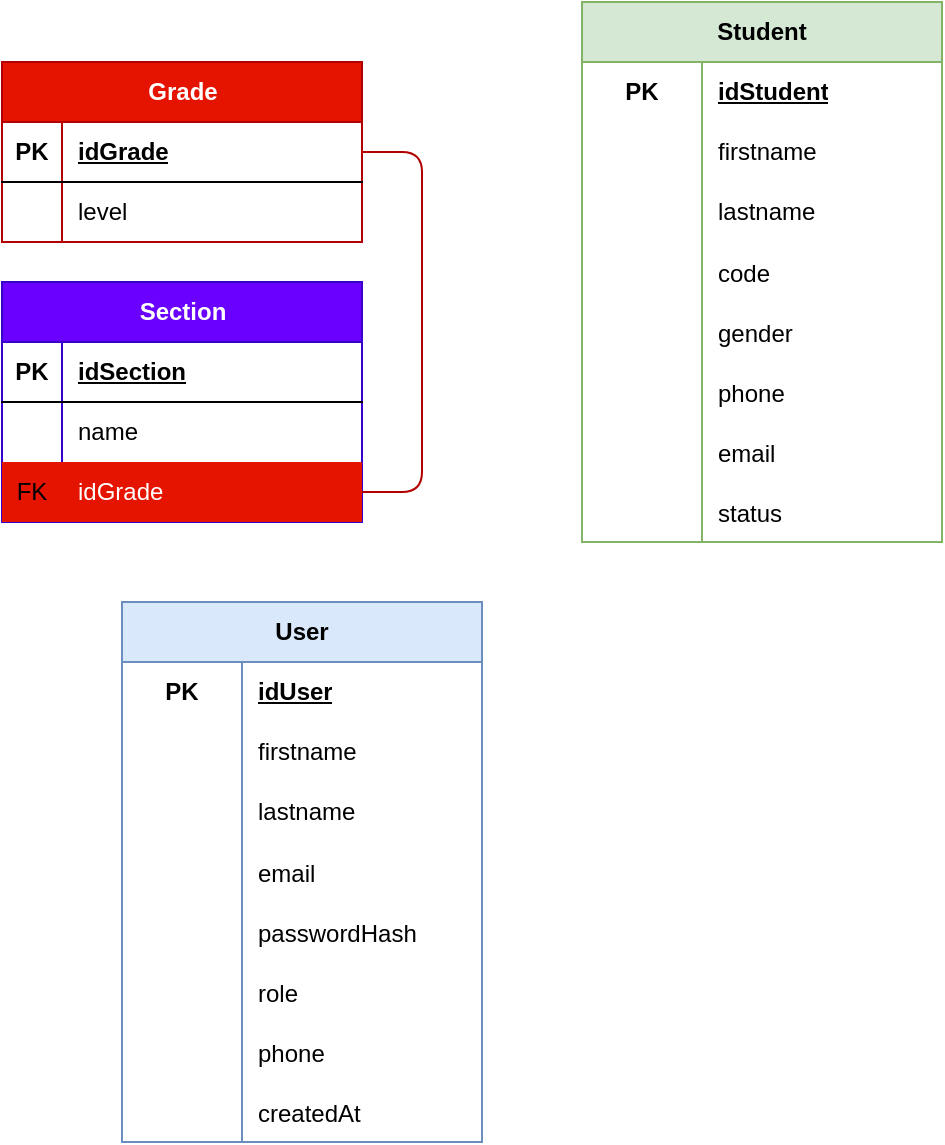
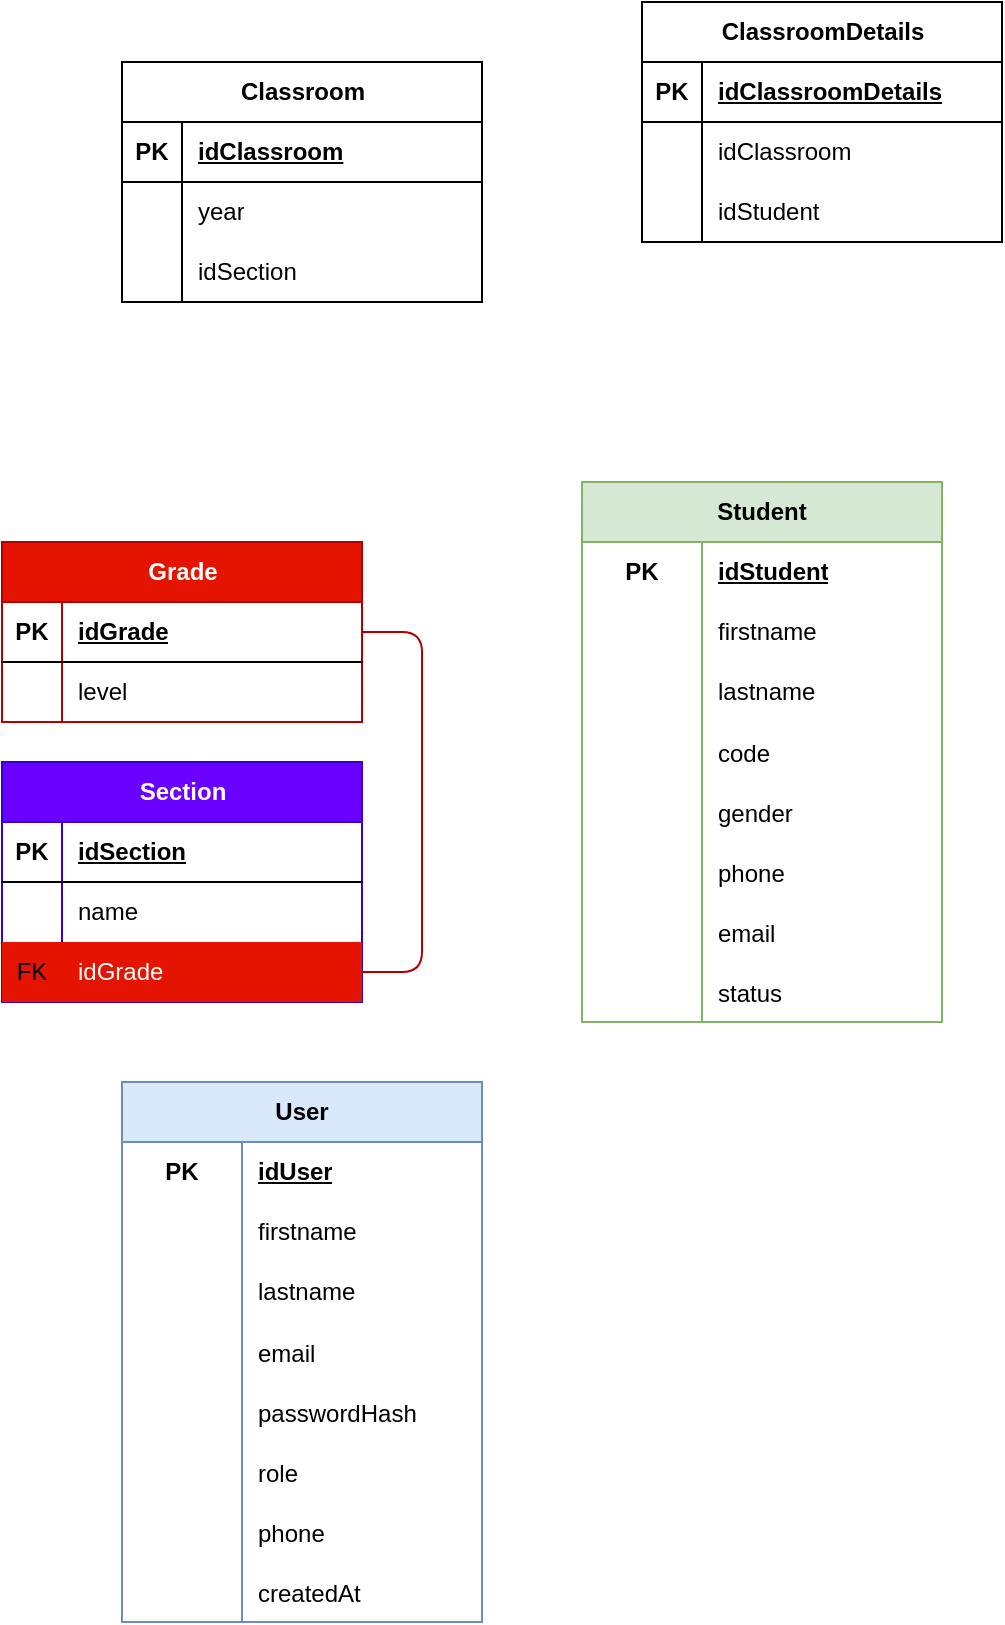
<mxfile host="65bd71144e">
    <diagram id="Q-HsFVU5apfVmzlziGbx" name="Página-1">
-         <mxGraphModel dx="1348" dy="907" grid="1" gridSize="10" guides="1" tooltips="1" connect="1" arrows="1" fold="1" page="1" pageScale="1" pageWidth="827" pageHeight="1169" math="0" shadow="0">
+         <mxGraphModel dx="937" dy="1681" grid="1" gridSize="10" guides="1" tooltips="1" connect="1" arrows="1" fold="1" page="1" pageScale="1" pageWidth="827" pageHeight="1169" math="0" shadow="0">
            <root>
                <mxCell id="0"/>
                <mxCell id="1" parent="0"/>
                <mxCell id="4" value="User" style="shape=table;startSize=30;container=1;collapsible=1;childLayout=tableLayout;fixedRows=1;rowLines=0;fontStyle=1;align=center;resizeLast=1;html=1;whiteSpace=wrap;fillColor=#dae8fc;strokeColor=#6c8ebf;" parent="1" vertex="1">
                    <mxGeometry x="70" y="480" width="180" height="270" as="geometry"/>
                </mxCell>
                <mxCell id="5" value="" style="shape=tableRow;horizontal=0;startSize=0;swimlaneHead=0;swimlaneBody=0;fillColor=none;collapsible=0;dropTarget=0;points=[[0,0.5],[1,0.5]];portConstraint=eastwest;top=0;left=0;right=0;bottom=0;html=1;" parent="4" vertex="1">
                    <mxGeometry y="30" width="180" height="30" as="geometry"/>
                </mxCell>
                <mxCell id="6" value="PK" style="shape=partialRectangle;connectable=0;fillColor=none;top=0;left=0;bottom=0;right=0;fontStyle=1;overflow=hidden;html=1;whiteSpace=wrap;" parent="5" vertex="1">
                    <mxGeometry width="60" height="30" as="geometry">
                        <mxRectangle width="60" height="30" as="alternateBounds"/>
                    </mxGeometry>
                </mxCell>
                <mxCell id="7" value="idUser" style="shape=partialRectangle;connectable=0;fillColor=none;top=0;left=0;bottom=0;right=0;align=left;spacingLeft=6;fontStyle=5;overflow=hidden;html=1;whiteSpace=wrap;" parent="5" vertex="1">
                    <mxGeometry x="60" width="120" height="30" as="geometry">
                        <mxRectangle width="120" height="30" as="alternateBounds"/>
                    </mxGeometry>
                </mxCell>
                <mxCell id="11" value="" style="shape=tableRow;horizontal=0;startSize=0;swimlaneHead=0;swimlaneBody=0;fillColor=none;collapsible=0;dropTarget=0;points=[[0,0.5],[1,0.5]];portConstraint=eastwest;top=0;left=0;right=0;bottom=0;html=1;" parent="4" vertex="1">
                    <mxGeometry y="60" width="180" height="30" as="geometry"/>
                </mxCell>
                <mxCell id="12" value="" style="shape=partialRectangle;connectable=0;fillColor=none;top=0;left=0;bottom=0;right=0;editable=1;overflow=hidden;html=1;whiteSpace=wrap;" parent="11" vertex="1">
                    <mxGeometry width="60" height="30" as="geometry">
                        <mxRectangle width="60" height="30" as="alternateBounds"/>
                    </mxGeometry>
                </mxCell>
                <mxCell id="13" value="firstname" style="shape=partialRectangle;connectable=0;fillColor=none;top=0;left=0;bottom=0;right=0;align=left;spacingLeft=6;overflow=hidden;html=1;whiteSpace=wrap;" parent="11" vertex="1">
                    <mxGeometry x="60" width="120" height="30" as="geometry">
                        <mxRectangle width="120" height="30" as="alternateBounds"/>
                    </mxGeometry>
                </mxCell>
                <mxCell id="14" value="" style="shape=tableRow;horizontal=0;startSize=0;swimlaneHead=0;swimlaneBody=0;fillColor=none;collapsible=0;dropTarget=0;points=[[0,0.5],[1,0.5]];portConstraint=eastwest;top=0;left=0;right=0;bottom=0;html=1;" parent="4" vertex="1">
                    <mxGeometry y="90" width="180" height="30" as="geometry"/>
                </mxCell>
                <mxCell id="15" value="" style="shape=partialRectangle;connectable=0;fillColor=none;top=0;left=0;bottom=0;right=0;editable=1;overflow=hidden;html=1;whiteSpace=wrap;" parent="14" vertex="1">
                    <mxGeometry width="60" height="30" as="geometry">
                        <mxRectangle width="60" height="30" as="alternateBounds"/>
                    </mxGeometry>
                </mxCell>
                <mxCell id="16" value="lastname" style="shape=partialRectangle;connectable=0;fillColor=none;top=0;left=0;bottom=0;right=0;align=left;spacingLeft=6;overflow=hidden;html=1;whiteSpace=wrap;" parent="14" vertex="1">
                    <mxGeometry x="60" width="120" height="30" as="geometry">
                        <mxRectangle width="120" height="30" as="alternateBounds"/>
                    </mxGeometry>
                </mxCell>
                <mxCell id="76" value="" style="shape=tableRow;horizontal=0;startSize=0;swimlaneHead=0;swimlaneBody=0;fillColor=none;collapsible=0;dropTarget=0;points=[[0,0.5],[1,0.5]];portConstraint=eastwest;top=0;left=0;right=0;bottom=0;" parent="4" vertex="1">
                    <mxGeometry y="120" width="180" height="30" as="geometry"/>
                </mxCell>
                <mxCell id="77" value="" style="shape=partialRectangle;connectable=0;fillColor=none;top=0;left=0;bottom=0;right=0;editable=1;overflow=hidden;" parent="76" vertex="1">
                    <mxGeometry width="60" height="30" as="geometry">
                        <mxRectangle width="60" height="30" as="alternateBounds"/>
                    </mxGeometry>
                </mxCell>
                <mxCell id="78" value="email" style="shape=partialRectangle;connectable=0;fillColor=none;top=0;left=0;bottom=0;right=0;align=left;spacingLeft=6;overflow=hidden;" parent="76" vertex="1">
                    <mxGeometry x="60" width="120" height="30" as="geometry">
                        <mxRectangle width="120" height="30" as="alternateBounds"/>
                    </mxGeometry>
                </mxCell>
                <mxCell id="79" value="" style="shape=tableRow;horizontal=0;startSize=0;swimlaneHead=0;swimlaneBody=0;fillColor=none;collapsible=0;dropTarget=0;points=[[0,0.5],[1,0.5]];portConstraint=eastwest;top=0;left=0;right=0;bottom=0;" parent="4" vertex="1">
                    <mxGeometry y="150" width="180" height="30" as="geometry"/>
                </mxCell>
                <mxCell id="80" value="" style="shape=partialRectangle;connectable=0;fillColor=none;top=0;left=0;bottom=0;right=0;editable=1;overflow=hidden;" parent="79" vertex="1">
                    <mxGeometry width="60" height="30" as="geometry">
                        <mxRectangle width="60" height="30" as="alternateBounds"/>
                    </mxGeometry>
                </mxCell>
                <mxCell id="81" value="passwordHash" style="shape=partialRectangle;connectable=0;fillColor=none;top=0;left=0;bottom=0;right=0;align=left;spacingLeft=6;overflow=hidden;" parent="79" vertex="1">
                    <mxGeometry x="60" width="120" height="30" as="geometry">
                        <mxRectangle width="120" height="30" as="alternateBounds"/>
                    </mxGeometry>
                </mxCell>
                <mxCell id="82" value="" style="shape=tableRow;horizontal=0;startSize=0;swimlaneHead=0;swimlaneBody=0;fillColor=none;collapsible=0;dropTarget=0;points=[[0,0.5],[1,0.5]];portConstraint=eastwest;top=0;left=0;right=0;bottom=0;" parent="4" vertex="1">
                    <mxGeometry y="180" width="180" height="30" as="geometry"/>
                </mxCell>
                <mxCell id="83" value="" style="shape=partialRectangle;connectable=0;fillColor=none;top=0;left=0;bottom=0;right=0;editable=1;overflow=hidden;" parent="82" vertex="1">
                    <mxGeometry width="60" height="30" as="geometry">
                        <mxRectangle width="60" height="30" as="alternateBounds"/>
                    </mxGeometry>
                </mxCell>
                <mxCell id="84" value="role" style="shape=partialRectangle;connectable=0;fillColor=none;top=0;left=0;bottom=0;right=0;align=left;spacingLeft=6;overflow=hidden;" parent="82" vertex="1">
                    <mxGeometry x="60" width="120" height="30" as="geometry">
                        <mxRectangle width="120" height="30" as="alternateBounds"/>
                    </mxGeometry>
                </mxCell>
                <mxCell id="249" value="" style="shape=tableRow;horizontal=0;startSize=0;swimlaneHead=0;swimlaneBody=0;fillColor=none;collapsible=0;dropTarget=0;points=[[0,0.5],[1,0.5]];portConstraint=eastwest;top=0;left=0;right=0;bottom=0;" parent="4" vertex="1">
                    <mxGeometry y="210" width="180" height="30" as="geometry"/>
                </mxCell>
                <mxCell id="250" value="" style="shape=partialRectangle;connectable=0;fillColor=none;top=0;left=0;bottom=0;right=0;editable=1;overflow=hidden;" parent="249" vertex="1">
                    <mxGeometry width="60" height="30" as="geometry">
                        <mxRectangle width="60" height="30" as="alternateBounds"/>
                    </mxGeometry>
                </mxCell>
                <mxCell id="251" value="phone" style="shape=partialRectangle;connectable=0;fillColor=none;top=0;left=0;bottom=0;right=0;align=left;spacingLeft=6;overflow=hidden;" parent="249" vertex="1">
                    <mxGeometry x="60" width="120" height="30" as="geometry">
                        <mxRectangle width="120" height="30" as="alternateBounds"/>
                    </mxGeometry>
                </mxCell>
                <mxCell id="85" value="" style="shape=tableRow;horizontal=0;startSize=0;swimlaneHead=0;swimlaneBody=0;fillColor=none;collapsible=0;dropTarget=0;points=[[0,0.5],[1,0.5]];portConstraint=eastwest;top=0;left=0;right=0;bottom=0;" parent="4" vertex="1">
                    <mxGeometry y="240" width="180" height="30" as="geometry"/>
                </mxCell>
                <mxCell id="86" value="" style="shape=partialRectangle;connectable=0;fillColor=none;top=0;left=0;bottom=0;right=0;editable=1;overflow=hidden;" parent="85" vertex="1">
                    <mxGeometry width="60" height="30" as="geometry">
                        <mxRectangle width="60" height="30" as="alternateBounds"/>
                    </mxGeometry>
                </mxCell>
                <mxCell id="87" value="createdAt" style="shape=partialRectangle;connectable=0;fillColor=none;top=0;left=0;bottom=0;right=0;align=left;spacingLeft=6;overflow=hidden;" parent="85" vertex="1">
                    <mxGeometry x="60" width="120" height="30" as="geometry">
                        <mxRectangle width="120" height="30" as="alternateBounds"/>
                    </mxGeometry>
                </mxCell>
                <mxCell id="17" value="Student" style="shape=table;startSize=30;container=1;collapsible=1;childLayout=tableLayout;fixedRows=1;rowLines=0;fontStyle=1;align=center;resizeLast=1;html=1;whiteSpace=wrap;fillColor=#d5e8d4;strokeColor=#82b366;" parent="1" vertex="1">
                    <mxGeometry x="300" y="180" width="180" height="270" as="geometry"/>
                </mxCell>
                <mxCell id="18" value="" style="shape=tableRow;horizontal=0;startSize=0;swimlaneHead=0;swimlaneBody=0;fillColor=none;collapsible=0;dropTarget=0;points=[[0,0.5],[1,0.5]];portConstraint=eastwest;top=0;left=0;right=0;bottom=0;html=1;" parent="17" vertex="1">
                    <mxGeometry y="30" width="180" height="30" as="geometry"/>
                </mxCell>
                <mxCell id="19" value="PK" style="shape=partialRectangle;connectable=0;fillColor=none;top=0;left=0;bottom=0;right=0;fontStyle=1;overflow=hidden;html=1;whiteSpace=wrap;" parent="18" vertex="1">
                    <mxGeometry width="60" height="30" as="geometry">
                        <mxRectangle width="60" height="30" as="alternateBounds"/>
                    </mxGeometry>
                </mxCell>
                <mxCell id="20" value="idStudent" style="shape=partialRectangle;connectable=0;fillColor=none;top=0;left=0;bottom=0;right=0;align=left;spacingLeft=6;fontStyle=5;overflow=hidden;html=1;whiteSpace=wrap;" parent="18" vertex="1">
                    <mxGeometry x="60" width="120" height="30" as="geometry">
                        <mxRectangle width="120" height="30" as="alternateBounds"/>
                    </mxGeometry>
                </mxCell>
                <mxCell id="21" value="" style="shape=tableRow;horizontal=0;startSize=0;swimlaneHead=0;swimlaneBody=0;fillColor=none;collapsible=0;dropTarget=0;points=[[0,0.5],[1,0.5]];portConstraint=eastwest;top=0;left=0;right=0;bottom=0;html=1;" parent="17" vertex="1">
                    <mxGeometry y="60" width="180" height="30" as="geometry"/>
                </mxCell>
                <mxCell id="22" value="" style="shape=partialRectangle;connectable=0;fillColor=none;top=0;left=0;bottom=0;right=0;editable=1;overflow=hidden;html=1;whiteSpace=wrap;" parent="21" vertex="1">
                    <mxGeometry width="60" height="30" as="geometry">
                        <mxRectangle width="60" height="30" as="alternateBounds"/>
                    </mxGeometry>
                </mxCell>
                <mxCell id="23" value="firstname" style="shape=partialRectangle;connectable=0;fillColor=none;top=0;left=0;bottom=0;right=0;align=left;spacingLeft=6;overflow=hidden;html=1;whiteSpace=wrap;" parent="21" vertex="1">
                    <mxGeometry x="60" width="120" height="30" as="geometry">
                        <mxRectangle width="120" height="30" as="alternateBounds"/>
                    </mxGeometry>
                </mxCell>
                <mxCell id="24" value="" style="shape=tableRow;horizontal=0;startSize=0;swimlaneHead=0;swimlaneBody=0;fillColor=none;collapsible=0;dropTarget=0;points=[[0,0.5],[1,0.5]];portConstraint=eastwest;top=0;left=0;right=0;bottom=0;html=1;" parent="17" vertex="1">
                    <mxGeometry y="90" width="180" height="30" as="geometry"/>
                </mxCell>
                <mxCell id="25" value="" style="shape=partialRectangle;connectable=0;fillColor=none;top=0;left=0;bottom=0;right=0;editable=1;overflow=hidden;html=1;whiteSpace=wrap;" parent="24" vertex="1">
                    <mxGeometry width="60" height="30" as="geometry">
                        <mxRectangle width="60" height="30" as="alternateBounds"/>
                    </mxGeometry>
                </mxCell>
                <mxCell id="26" value="lastname" style="shape=partialRectangle;connectable=0;fillColor=none;top=0;left=0;bottom=0;right=0;align=left;spacingLeft=6;overflow=hidden;html=1;whiteSpace=wrap;" parent="24" vertex="1">
                    <mxGeometry x="60" width="120" height="30" as="geometry">
                        <mxRectangle width="120" height="30" as="alternateBounds"/>
                    </mxGeometry>
                </mxCell>
                <mxCell id="91" value="" style="shape=tableRow;horizontal=0;startSize=0;swimlaneHead=0;swimlaneBody=0;fillColor=none;collapsible=0;dropTarget=0;points=[[0,0.5],[1,0.5]];portConstraint=eastwest;top=0;left=0;right=0;bottom=0;" parent="17" vertex="1">
                    <mxGeometry y="120" width="180" height="30" as="geometry"/>
                </mxCell>
                <mxCell id="92" value="" style="shape=partialRectangle;connectable=0;fillColor=none;top=0;left=0;bottom=0;right=0;editable=1;overflow=hidden;" parent="91" vertex="1">
                    <mxGeometry width="60" height="30" as="geometry">
                        <mxRectangle width="60" height="30" as="alternateBounds"/>
                    </mxGeometry>
                </mxCell>
                <mxCell id="93" value="code" style="shape=partialRectangle;connectable=0;fillColor=none;top=0;left=0;bottom=0;right=0;align=left;spacingLeft=6;overflow=hidden;" parent="91" vertex="1">
                    <mxGeometry x="60" width="120" height="30" as="geometry">
                        <mxRectangle width="120" height="30" as="alternateBounds"/>
                    </mxGeometry>
                </mxCell>
-                 <mxCell id="258" value="" style="shape=tableRow;horizontal=0;startSize=0;swimlaneHead=0;swimlaneBody=0;fillColor=none;collapsible=0;dropTarget=0;points=[[0,0.5],[1,0.5]];portConstraint=eastwest;top=0;left=0;right=0;bottom=0;" vertex="1" parent="17">
+                 <mxCell id="258" value="" style="shape=tableRow;horizontal=0;startSize=0;swimlaneHead=0;swimlaneBody=0;fillColor=none;collapsible=0;dropTarget=0;points=[[0,0.5],[1,0.5]];portConstraint=eastwest;top=0;left=0;right=0;bottom=0;" parent="17" vertex="1">
                    <mxGeometry y="150" width="180" height="30" as="geometry"/>
                </mxCell>
-                 <mxCell id="259" value="" style="shape=partialRectangle;connectable=0;fillColor=none;top=0;left=0;bottom=0;right=0;editable=1;overflow=hidden;" vertex="1" parent="258">
-                     <mxGeometry width="60" height="30" as="geometry">
-                         <mxRectangle width="60" height="30" as="alternateBounds"/>
-                     </mxGeometry>
-                 </mxCell>
-                 <mxCell id="260" value="gender" style="shape=partialRectangle;connectable=0;fillColor=none;top=0;left=0;bottom=0;right=0;align=left;spacingLeft=6;overflow=hidden;" vertex="1" parent="258">
+                 <mxCell id="259" value="" style="shape=partialRectangle;connectable=0;fillColor=none;top=0;left=0;bottom=0;right=0;editable=1;overflow=hidden;" parent="258" vertex="1">
+                     <mxGeometry width="60" height="30" as="geometry">
+                         <mxRectangle width="60" height="30" as="alternateBounds"/>
+                     </mxGeometry>
+                 </mxCell>
+                 <mxCell id="260" value="gender" style="shape=partialRectangle;connectable=0;fillColor=none;top=0;left=0;bottom=0;right=0;align=left;spacingLeft=6;overflow=hidden;" parent="258" vertex="1">
                    <mxGeometry x="60" width="120" height="30" as="geometry">
                        <mxRectangle width="120" height="30" as="alternateBounds"/>
                    </mxGeometry>
                </mxCell>
                <mxCell id="252" value="" style="shape=tableRow;horizontal=0;startSize=0;swimlaneHead=0;swimlaneBody=0;fillColor=none;collapsible=0;dropTarget=0;points=[[0,0.5],[1,0.5]];portConstraint=eastwest;top=0;left=0;right=0;bottom=0;" parent="17" vertex="1">
                    <mxGeometry y="180" width="180" height="30" as="geometry"/>
                </mxCell>
                <mxCell id="253" value="" style="shape=partialRectangle;connectable=0;fillColor=none;top=0;left=0;bottom=0;right=0;editable=1;overflow=hidden;" parent="252" vertex="1">
                    <mxGeometry width="60" height="30" as="geometry">
                        <mxRectangle width="60" height="30" as="alternateBounds"/>
                    </mxGeometry>
                </mxCell>
                <mxCell id="254" value="phone" style="shape=partialRectangle;connectable=0;fillColor=none;top=0;left=0;bottom=0;right=0;align=left;spacingLeft=6;overflow=hidden;" parent="252" vertex="1">
                    <mxGeometry x="60" width="120" height="30" as="geometry">
                        <mxRectangle width="120" height="30" as="alternateBounds"/>
                    </mxGeometry>
                </mxCell>
                <mxCell id="255" value="" style="shape=tableRow;horizontal=0;startSize=0;swimlaneHead=0;swimlaneBody=0;fillColor=none;collapsible=0;dropTarget=0;points=[[0,0.5],[1,0.5]];portConstraint=eastwest;top=0;left=0;right=0;bottom=0;" parent="17" vertex="1">
                    <mxGeometry y="210" width="180" height="30" as="geometry"/>
                </mxCell>
                <mxCell id="256" value="" style="shape=partialRectangle;connectable=0;fillColor=none;top=0;left=0;bottom=0;right=0;editable=1;overflow=hidden;" parent="255" vertex="1">
                    <mxGeometry width="60" height="30" as="geometry">
                        <mxRectangle width="60" height="30" as="alternateBounds"/>
                    </mxGeometry>
                </mxCell>
                <mxCell id="257" value="email" style="shape=partialRectangle;connectable=0;fillColor=none;top=0;left=0;bottom=0;right=0;align=left;spacingLeft=6;overflow=hidden;" parent="255" vertex="1">
                    <mxGeometry x="60" width="120" height="30" as="geometry">
                        <mxRectangle width="120" height="30" as="alternateBounds"/>
                    </mxGeometry>
                </mxCell>
                <mxCell id="88" value="" style="shape=tableRow;horizontal=0;startSize=0;swimlaneHead=0;swimlaneBody=0;fillColor=none;collapsible=0;dropTarget=0;points=[[0,0.5],[1,0.5]];portConstraint=eastwest;top=0;left=0;right=0;bottom=0;" parent="17" vertex="1">
                    <mxGeometry y="240" width="180" height="30" as="geometry"/>
                </mxCell>
                <mxCell id="89" value="" style="shape=partialRectangle;connectable=0;fillColor=none;top=0;left=0;bottom=0;right=0;editable=1;overflow=hidden;" parent="88" vertex="1">
                    <mxGeometry width="60" height="30" as="geometry">
                        <mxRectangle width="60" height="30" as="alternateBounds"/>
                    </mxGeometry>
                </mxCell>
                <mxCell id="90" value="status" style="shape=partialRectangle;connectable=0;fillColor=none;top=0;left=0;bottom=0;right=0;align=left;spacingLeft=6;overflow=hidden;" parent="88" vertex="1">
                    <mxGeometry x="60" width="120" height="30" as="geometry">
                        <mxRectangle width="120" height="30" as="alternateBounds"/>
                    </mxGeometry>
                </mxCell>
                <mxCell id="193" value="Grade" style="shape=table;startSize=30;container=1;collapsible=1;childLayout=tableLayout;fixedRows=1;rowLines=0;fontStyle=1;align=center;resizeLast=1;html=1;fillColor=#e51400;fontColor=#ffffff;strokeColor=#B20000;" parent="1" vertex="1">
                    <mxGeometry x="10" y="210" width="180" height="90" as="geometry"/>
                </mxCell>
                <mxCell id="194" value="" style="shape=tableRow;horizontal=0;startSize=0;swimlaneHead=0;swimlaneBody=0;fillColor=none;collapsible=0;dropTarget=0;points=[[0,0.5],[1,0.5]];portConstraint=eastwest;top=0;left=0;right=0;bottom=1;" parent="193" vertex="1">
                    <mxGeometry y="30" width="180" height="30" as="geometry"/>
                </mxCell>
                <mxCell id="195" value="PK" style="shape=partialRectangle;connectable=0;fillColor=none;top=0;left=0;bottom=0;right=0;fontStyle=1;overflow=hidden;whiteSpace=wrap;html=1;" parent="194" vertex="1">
                    <mxGeometry width="30" height="30" as="geometry">
                        <mxRectangle width="30" height="30" as="alternateBounds"/>
                    </mxGeometry>
                </mxCell>
                <mxCell id="196" value="idGrade" style="shape=partialRectangle;connectable=0;fillColor=none;top=0;left=0;bottom=0;right=0;align=left;spacingLeft=6;fontStyle=5;overflow=hidden;whiteSpace=wrap;html=1;" parent="194" vertex="1">
                    <mxGeometry x="30" width="150" height="30" as="geometry">
                        <mxRectangle width="150" height="30" as="alternateBounds"/>
                    </mxGeometry>
                </mxCell>
                <mxCell id="197" value="" style="shape=tableRow;horizontal=0;startSize=0;swimlaneHead=0;swimlaneBody=0;fillColor=none;collapsible=0;dropTarget=0;points=[[0,0.5],[1,0.5]];portConstraint=eastwest;top=0;left=0;right=0;bottom=0;" parent="193" vertex="1">
                    <mxGeometry y="60" width="180" height="30" as="geometry"/>
                </mxCell>
                <mxCell id="198" value="" style="shape=partialRectangle;connectable=0;fillColor=none;top=0;left=0;bottom=0;right=0;editable=1;overflow=hidden;whiteSpace=wrap;html=1;" parent="197" vertex="1">
                    <mxGeometry width="30" height="30" as="geometry">
                        <mxRectangle width="30" height="30" as="alternateBounds"/>
                    </mxGeometry>
                </mxCell>
                <mxCell id="199" value="level" style="shape=partialRectangle;connectable=0;fillColor=none;top=0;left=0;bottom=0;right=0;align=left;spacingLeft=6;overflow=hidden;whiteSpace=wrap;html=1;" parent="197" vertex="1">
                    <mxGeometry x="30" width="150" height="30" as="geometry">
                        <mxRectangle width="150" height="30" as="alternateBounds"/>
                    </mxGeometry>
                </mxCell>
                <mxCell id="206" value="Section" style="shape=table;startSize=30;container=1;collapsible=1;childLayout=tableLayout;fixedRows=1;rowLines=0;fontStyle=1;align=center;resizeLast=1;html=1;fillColor=#6a00ff;fontColor=#ffffff;strokeColor=#3700CC;" parent="1" vertex="1">
                    <mxGeometry x="10" y="320" width="180" height="120" as="geometry"/>
                </mxCell>
                <mxCell id="207" value="" style="shape=tableRow;horizontal=0;startSize=0;swimlaneHead=0;swimlaneBody=0;fillColor=none;collapsible=0;dropTarget=0;points=[[0,0.5],[1,0.5]];portConstraint=eastwest;top=0;left=0;right=0;bottom=1;" parent="206" vertex="1">
                    <mxGeometry y="30" width="180" height="30" as="geometry"/>
                </mxCell>
                <mxCell id="208" value="PK" style="shape=partialRectangle;connectable=0;fillColor=none;top=0;left=0;bottom=0;right=0;fontStyle=1;overflow=hidden;whiteSpace=wrap;html=1;" parent="207" vertex="1">
                    <mxGeometry width="30" height="30" as="geometry">
                        <mxRectangle width="30" height="30" as="alternateBounds"/>
                    </mxGeometry>
                </mxCell>
                <mxCell id="209" value="idSection" style="shape=partialRectangle;connectable=0;fillColor=none;top=0;left=0;bottom=0;right=0;align=left;spacingLeft=6;fontStyle=5;overflow=hidden;whiteSpace=wrap;html=1;" parent="207" vertex="1">
                    <mxGeometry x="30" width="150" height="30" as="geometry">
                        <mxRectangle width="150" height="30" as="alternateBounds"/>
                    </mxGeometry>
                </mxCell>
                <mxCell id="210" value="" style="shape=tableRow;horizontal=0;startSize=0;swimlaneHead=0;swimlaneBody=0;fillColor=none;collapsible=0;dropTarget=0;points=[[0,0.5],[1,0.5]];portConstraint=eastwest;top=0;left=0;right=0;bottom=0;" parent="206" vertex="1">
                    <mxGeometry y="60" width="180" height="30" as="geometry"/>
                </mxCell>
                <mxCell id="211" value="" style="shape=partialRectangle;connectable=0;fillColor=none;top=0;left=0;bottom=0;right=0;editable=1;overflow=hidden;whiteSpace=wrap;html=1;" parent="210" vertex="1">
                    <mxGeometry width="30" height="30" as="geometry">
                        <mxRectangle width="30" height="30" as="alternateBounds"/>
                    </mxGeometry>
                </mxCell>
                <mxCell id="212" value="name" style="shape=partialRectangle;connectable=0;fillColor=none;top=0;left=0;bottom=0;right=0;align=left;spacingLeft=6;overflow=hidden;whiteSpace=wrap;html=1;" parent="210" vertex="1">
                    <mxGeometry x="30" width="150" height="30" as="geometry">
                        <mxRectangle width="150" height="30" as="alternateBounds"/>
                    </mxGeometry>
                </mxCell>
                <mxCell id="230" value="" style="shape=tableRow;horizontal=0;startSize=0;swimlaneHead=0;swimlaneBody=0;fillColor=#e51400;collapsible=0;dropTarget=0;points=[[0,0.5],[1,0.5]];portConstraint=eastwest;top=0;left=0;right=0;bottom=0;fontColor=#ffffff;strokeColor=#B20000;" parent="206" vertex="1">
                    <mxGeometry y="90" width="180" height="30" as="geometry"/>
                </mxCell>
                <mxCell id="231" value="FK" style="shape=partialRectangle;connectable=0;fillColor=none;top=0;left=0;bottom=0;right=0;fontStyle=0;overflow=hidden;whiteSpace=wrap;html=1;" parent="230" vertex="1">
                    <mxGeometry width="30" height="30" as="geometry">
                        <mxRectangle width="30" height="30" as="alternateBounds"/>
                    </mxGeometry>
                </mxCell>
                <mxCell id="232" value="idGrade" style="shape=partialRectangle;connectable=0;fillColor=#e51400;top=0;left=0;bottom=0;right=0;align=left;spacingLeft=6;fontStyle=0;overflow=hidden;whiteSpace=wrap;html=1;fontColor=#ffffff;strokeColor=#B20000;" parent="230" vertex="1">
                    <mxGeometry x="30" width="150" height="30" as="geometry">
                        <mxRectangle width="150" height="30" as="alternateBounds"/>
                    </mxGeometry>
                </mxCell>
                <mxCell id="229" value="" style="endArrow=none;html=1;entryX=1;entryY=0.5;entryDx=0;entryDy=0;exitX=1;exitY=0.5;exitDx=0;exitDy=0;fillColor=#e51400;strokeColor=#B20000;" parent="1" source="230" target="194" edge="1">
                    <mxGeometry width="50" height="50" relative="1" as="geometry">
                        <mxPoint x="260" y="344" as="sourcePoint"/>
                        <mxPoint x="170" y="130" as="targetPoint"/>
                        <Array as="points">
                            <mxPoint x="220" y="425"/>
                            <mxPoint x="220" y="255"/>
                        </Array>
                    </mxGeometry>
                </mxCell>
+                 <mxCell id="261" value="Classroom" style="shape=table;startSize=30;container=1;collapsible=1;childLayout=tableLayout;fixedRows=1;rowLines=0;fontStyle=1;align=center;resizeLast=1;html=1;" vertex="1" parent="1">
+                     <mxGeometry x="70" y="-30" width="180" height="120" as="geometry"/>
+                 </mxCell>
+                 <mxCell id="262" value="" style="shape=tableRow;horizontal=0;startSize=0;swimlaneHead=0;swimlaneBody=0;fillColor=none;collapsible=0;dropTarget=0;points=[[0,0.5],[1,0.5]];portConstraint=eastwest;top=0;left=0;right=0;bottom=1;" vertex="1" parent="261">
+                     <mxGeometry y="30" width="180" height="30" as="geometry"/>
+                 </mxCell>
+                 <mxCell id="263" value="PK" style="shape=partialRectangle;connectable=0;fillColor=none;top=0;left=0;bottom=0;right=0;fontStyle=1;overflow=hidden;whiteSpace=wrap;html=1;" vertex="1" parent="262">
+                     <mxGeometry width="30" height="30" as="geometry">
+                         <mxRectangle width="30" height="30" as="alternateBounds"/>
+                     </mxGeometry>
+                 </mxCell>
+                 <mxCell id="264" value="idClassroom" style="shape=partialRectangle;connectable=0;fillColor=none;top=0;left=0;bottom=0;right=0;align=left;spacingLeft=6;fontStyle=5;overflow=hidden;whiteSpace=wrap;html=1;" vertex="1" parent="262">
+                     <mxGeometry x="30" width="150" height="30" as="geometry">
+                         <mxRectangle width="150" height="30" as="alternateBounds"/>
+                     </mxGeometry>
+                 </mxCell>
+                 <mxCell id="265" value="" style="shape=tableRow;horizontal=0;startSize=0;swimlaneHead=0;swimlaneBody=0;fillColor=none;collapsible=0;dropTarget=0;points=[[0,0.5],[1,0.5]];portConstraint=eastwest;top=0;left=0;right=0;bottom=0;" vertex="1" parent="261">
+                     <mxGeometry y="60" width="180" height="30" as="geometry"/>
+                 </mxCell>
+                 <mxCell id="266" value="" style="shape=partialRectangle;connectable=0;fillColor=none;top=0;left=0;bottom=0;right=0;editable=1;overflow=hidden;whiteSpace=wrap;html=1;" vertex="1" parent="265">
+                     <mxGeometry width="30" height="30" as="geometry">
+                         <mxRectangle width="30" height="30" as="alternateBounds"/>
+                     </mxGeometry>
+                 </mxCell>
+                 <mxCell id="267" value="year" style="shape=partialRectangle;connectable=0;fillColor=none;top=0;left=0;bottom=0;right=0;align=left;spacingLeft=6;overflow=hidden;whiteSpace=wrap;html=1;" vertex="1" parent="265">
+                     <mxGeometry x="30" width="150" height="30" as="geometry">
+                         <mxRectangle width="150" height="30" as="alternateBounds"/>
+                     </mxGeometry>
+                 </mxCell>
+                 <mxCell id="268" value="" style="shape=tableRow;horizontal=0;startSize=0;swimlaneHead=0;swimlaneBody=0;fillColor=none;collapsible=0;dropTarget=0;points=[[0,0.5],[1,0.5]];portConstraint=eastwest;top=0;left=0;right=0;bottom=0;" vertex="1" parent="261">
+                     <mxGeometry y="90" width="180" height="30" as="geometry"/>
+                 </mxCell>
+                 <mxCell id="269" value="" style="shape=partialRectangle;connectable=0;fillColor=none;top=0;left=0;bottom=0;right=0;editable=1;overflow=hidden;whiteSpace=wrap;html=1;" vertex="1" parent="268">
+                     <mxGeometry width="30" height="30" as="geometry">
+                         <mxRectangle width="30" height="30" as="alternateBounds"/>
+                     </mxGeometry>
+                 </mxCell>
+                 <mxCell id="270" value="idSection" style="shape=partialRectangle;connectable=0;fillColor=none;top=0;left=0;bottom=0;right=0;align=left;spacingLeft=6;overflow=hidden;whiteSpace=wrap;html=1;" vertex="1" parent="268">
+                     <mxGeometry x="30" width="150" height="30" as="geometry">
+                         <mxRectangle width="150" height="30" as="alternateBounds"/>
+                     </mxGeometry>
+                 </mxCell>
+                 <mxCell id="274" value="ClassroomDetails" style="shape=table;startSize=30;container=1;collapsible=1;childLayout=tableLayout;fixedRows=1;rowLines=0;fontStyle=1;align=center;resizeLast=1;html=1;" vertex="1" parent="1">
+                     <mxGeometry x="330" y="-60" width="180" height="120" as="geometry"/>
+                 </mxCell>
+                 <mxCell id="275" value="" style="shape=tableRow;horizontal=0;startSize=0;swimlaneHead=0;swimlaneBody=0;fillColor=none;collapsible=0;dropTarget=0;points=[[0,0.5],[1,0.5]];portConstraint=eastwest;top=0;left=0;right=0;bottom=1;" vertex="1" parent="274">
+                     <mxGeometry y="30" width="180" height="30" as="geometry"/>
+                 </mxCell>
+                 <mxCell id="276" value="PK" style="shape=partialRectangle;connectable=0;fillColor=none;top=0;left=0;bottom=0;right=0;fontStyle=1;overflow=hidden;whiteSpace=wrap;html=1;" vertex="1" parent="275">
+                     <mxGeometry width="30" height="30" as="geometry">
+                         <mxRectangle width="30" height="30" as="alternateBounds"/>
+                     </mxGeometry>
+                 </mxCell>
+                 <mxCell id="277" value="idClassroomDetails" style="shape=partialRectangle;connectable=0;fillColor=none;top=0;left=0;bottom=0;right=0;align=left;spacingLeft=6;fontStyle=5;overflow=hidden;whiteSpace=wrap;html=1;" vertex="1" parent="275">
+                     <mxGeometry x="30" width="150" height="30" as="geometry">
+                         <mxRectangle width="150" height="30" as="alternateBounds"/>
+                     </mxGeometry>
+                 </mxCell>
+                 <mxCell id="278" value="" style="shape=tableRow;horizontal=0;startSize=0;swimlaneHead=0;swimlaneBody=0;fillColor=none;collapsible=0;dropTarget=0;points=[[0,0.5],[1,0.5]];portConstraint=eastwest;top=0;left=0;right=0;bottom=0;" vertex="1" parent="274">
+                     <mxGeometry y="60" width="180" height="30" as="geometry"/>
+                 </mxCell>
+                 <mxCell id="279" value="" style="shape=partialRectangle;connectable=0;fillColor=none;top=0;left=0;bottom=0;right=0;editable=1;overflow=hidden;whiteSpace=wrap;html=1;" vertex="1" parent="278">
+                     <mxGeometry width="30" height="30" as="geometry">
+                         <mxRectangle width="30" height="30" as="alternateBounds"/>
+                     </mxGeometry>
+                 </mxCell>
+                 <mxCell id="280" value="idClassroom" style="shape=partialRectangle;connectable=0;fillColor=none;top=0;left=0;bottom=0;right=0;align=left;spacingLeft=6;overflow=hidden;whiteSpace=wrap;html=1;" vertex="1" parent="278">
+                     <mxGeometry x="30" width="150" height="30" as="geometry">
+                         <mxRectangle width="150" height="30" as="alternateBounds"/>
+                     </mxGeometry>
+                 </mxCell>
+                 <mxCell id="281" value="" style="shape=tableRow;horizontal=0;startSize=0;swimlaneHead=0;swimlaneBody=0;fillColor=none;collapsible=0;dropTarget=0;points=[[0,0.5],[1,0.5]];portConstraint=eastwest;top=0;left=0;right=0;bottom=0;" vertex="1" parent="274">
+                     <mxGeometry y="90" width="180" height="30" as="geometry"/>
+                 </mxCell>
+                 <mxCell id="282" value="" style="shape=partialRectangle;connectable=0;fillColor=none;top=0;left=0;bottom=0;right=0;editable=1;overflow=hidden;whiteSpace=wrap;html=1;" vertex="1" parent="281">
+                     <mxGeometry width="30" height="30" as="geometry">
+                         <mxRectangle width="30" height="30" as="alternateBounds"/>
+                     </mxGeometry>
+                 </mxCell>
+                 <mxCell id="283" value="idStudent" style="shape=partialRectangle;connectable=0;fillColor=none;top=0;left=0;bottom=0;right=0;align=left;spacingLeft=6;overflow=hidden;whiteSpace=wrap;html=1;" vertex="1" parent="281">
+                     <mxGeometry x="30" width="150" height="30" as="geometry">
+                         <mxRectangle width="150" height="30" as="alternateBounds"/>
+                     </mxGeometry>
+                 </mxCell>
            </root>
        </mxGraphModel>
    </diagram>
</mxfile>